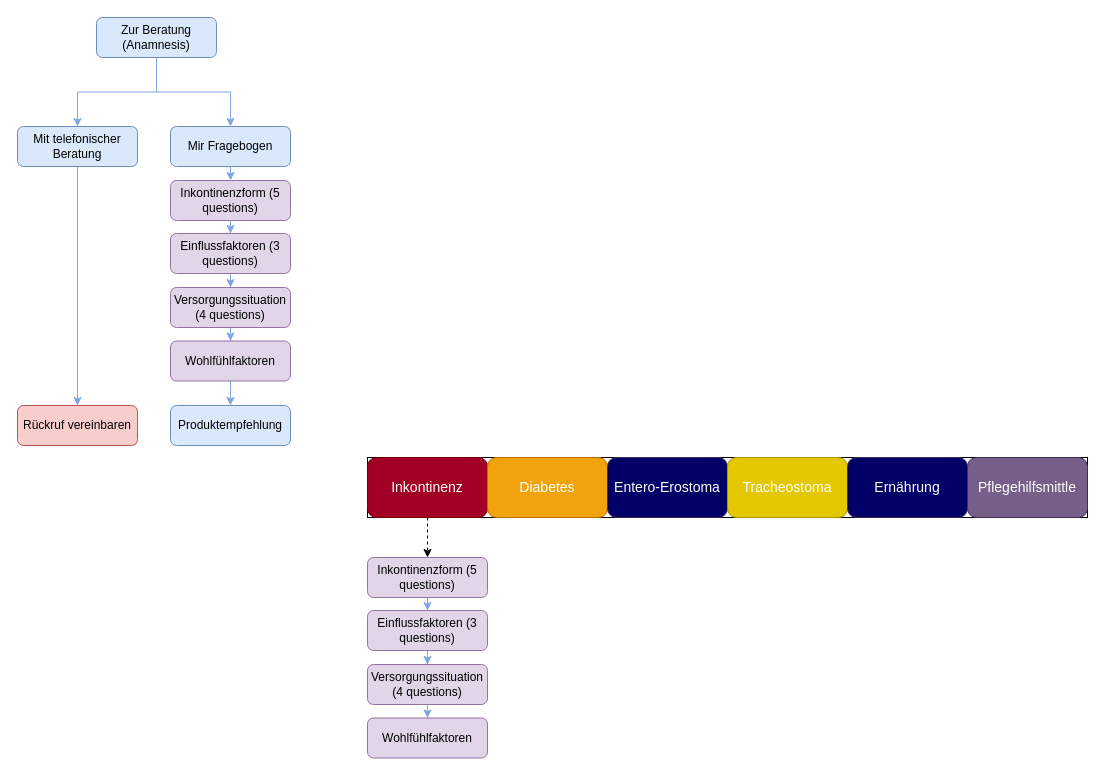
This is page "Anamneseprozess" (4 of 8) of Untitled Diagram.drawio from Fredabb/MediMark-roadmap, a draw.io file, before an edit. Source tidied: cells renumbered, new cells numbered last; positions are measured from the earlier drawing's top-left corner, leaving out a move shared by most shapes. Both pictures are drawn from the tidied source at 100%, with x=0, y=0 at pixel (17, 17).
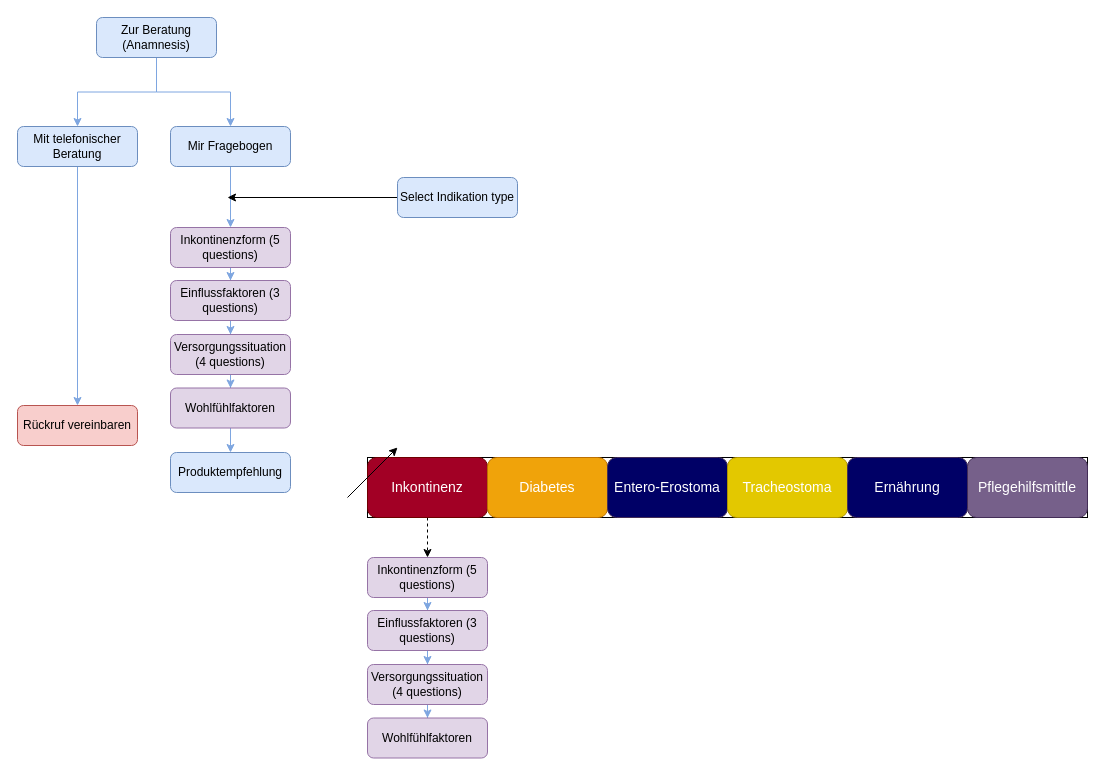
Above is the later version.

What changed in the source:
```diff
@@
     <mxCell id="20" value="Inkontinenzform (5 questions)" style="rounded=1;whiteSpace=wrap;html=1;fontSize=12;glass=0;strokeWidth=1;shadow=0;fillColor=#e1d5e7;strokeColor=#9673a6;" parent="1" vertex="1">
-      <mxGeometry x="153" y="163" width="120" height="40" as="geometry" />
+      <mxGeometry x="153" y="210" width="120" height="40" as="geometry" />
     </mxCell>
@@
     <mxCell id="22" value="Einflussfaktoren (3 questions)" style="rounded=1;whiteSpace=wrap;html=1;fontSize=12;glass=0;strokeWidth=1;shadow=0;fillColor=#e1d5e7;strokeColor=#9673a6;" parent="1" vertex="1">
-      <mxGeometry x="153" y="216" width="120" height="40" as="geometry" />
+      <mxGeometry x="153" y="263" width="120" height="40" as="geometry" />
     </mxCell>
@@
     <mxCell id="24" value="Versorgungssituation (4 questions)" style="rounded=1;whiteSpace=wrap;html=1;fontSize=12;glass=0;strokeWidth=1;shadow=0;fillColor=#e1d5e7;strokeColor=#9673a6;" parent="1" vertex="1">
-      <mxGeometry x="153" y="270" width="120" height="40" as="geometry" />
+      <mxGeometry x="153" y="317" width="120" height="40" as="geometry" />
     </mxCell>
@@
     <mxCell id="26" value="Wohlfühlfaktoren" style="rounded=1;whiteSpace=wrap;html=1;fontSize=12;glass=0;strokeWidth=1;shadow=0;fillColor=#e1d5e7;strokeColor=#9673a6;" parent="1" vertex="1">
-      <mxGeometry x="153" y="323.5" width="120" height="40" as="geometry" />
+      <mxGeometry x="153" y="370.5" width="120" height="40" as="geometry" />
     </mxCell>
     <mxCell id="27" value="Produktempfehlung" style="rounded=1;whiteSpace=wrap;html=1;fontSize=12;glass=0;strokeWidth=1;shadow=0;fillColor=#dae8fc;strokeColor=#6c8ebf;" parent="1" vertex="1">
-      <mxGeometry x="153" y="388" width="120" height="40" as="geometry" />
+      <mxGeometry x="153" y="435" width="120" height="40" as="geometry" />
     </mxCell>
@@
+    <mxCell id="34" style="edgeStyle=orthogonalEdgeStyle;rounded=0;jettySize=auto;html=1;exitX=0;exitY=0.5;exitDx=0;exitDy=0;" parent="1" edge="1" source="35">
+      <mxGeometry relative="1" as="geometry">
+        <mxPoint x="210" y="180" as="targetPoint" />
+      </mxGeometry>
+    </mxCell>
+    <mxCell id="35" value="Select Indikation type" style="rounded=1;whiteSpace=wrap;html=1;fontSize=12;glass=0;strokeWidth=1;shadow=0;fillColor=#dae8fc;strokeColor=#6c8ebf;" parent="1" vertex="1">
+      <mxGeometry x="380" y="160" width="120" height="40" as="geometry" />
+    </mxCell>
+    <mxCell id="36" style="endArrow=classic;html=1;" parent="1" edge="1">
+      <mxGeometry relative="1" as="geometry">
+        <mxPoint x="330" y="480" as="sourcePoint" />
+        <mxPoint x="380" y="430" as="targetPoint" />
+      </mxGeometry>
+    </mxCell>
```
